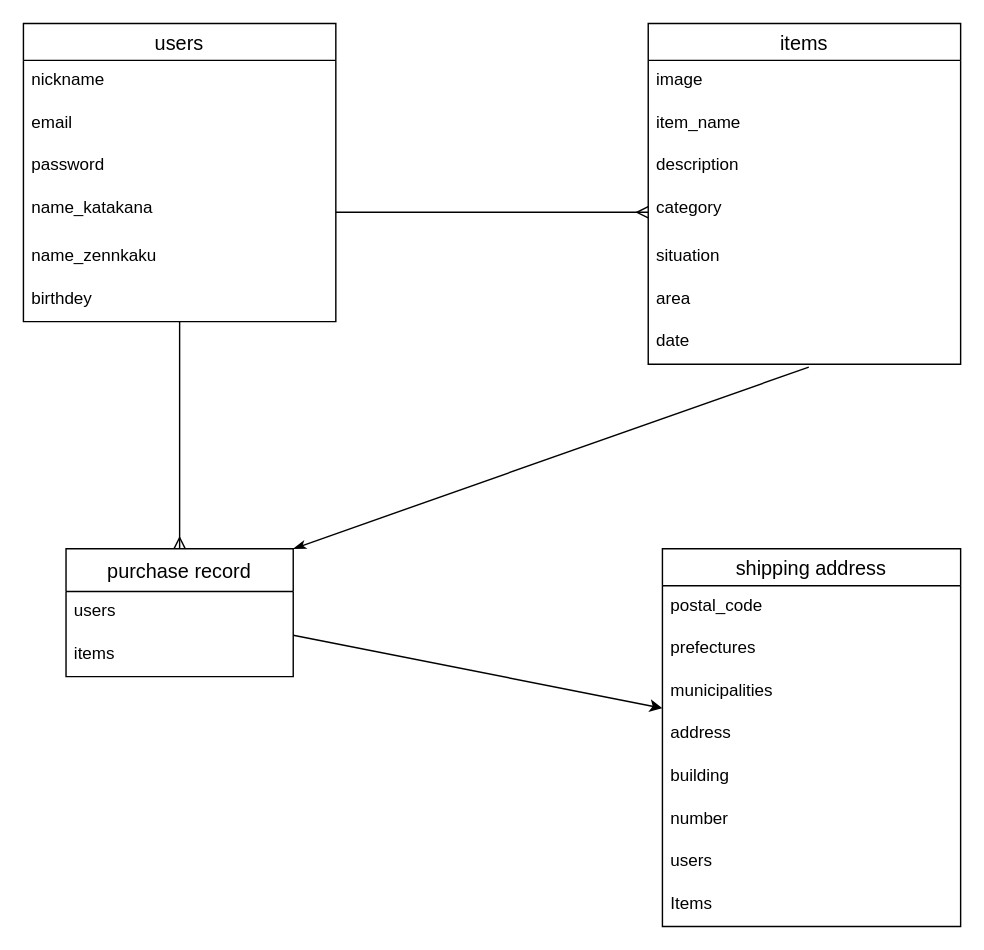
Earlier version of the draw.io diagram furima.dio (noche6/furima-37944). Source tidied: cells renumbered, new cells numbered last; positions are measured from the earlier drawing's top-left corner, leaving out a move shared by most shapes. Both pictures are drawn from the tidied source at 142%, with x=0, y=0 at pixel (23, 23).
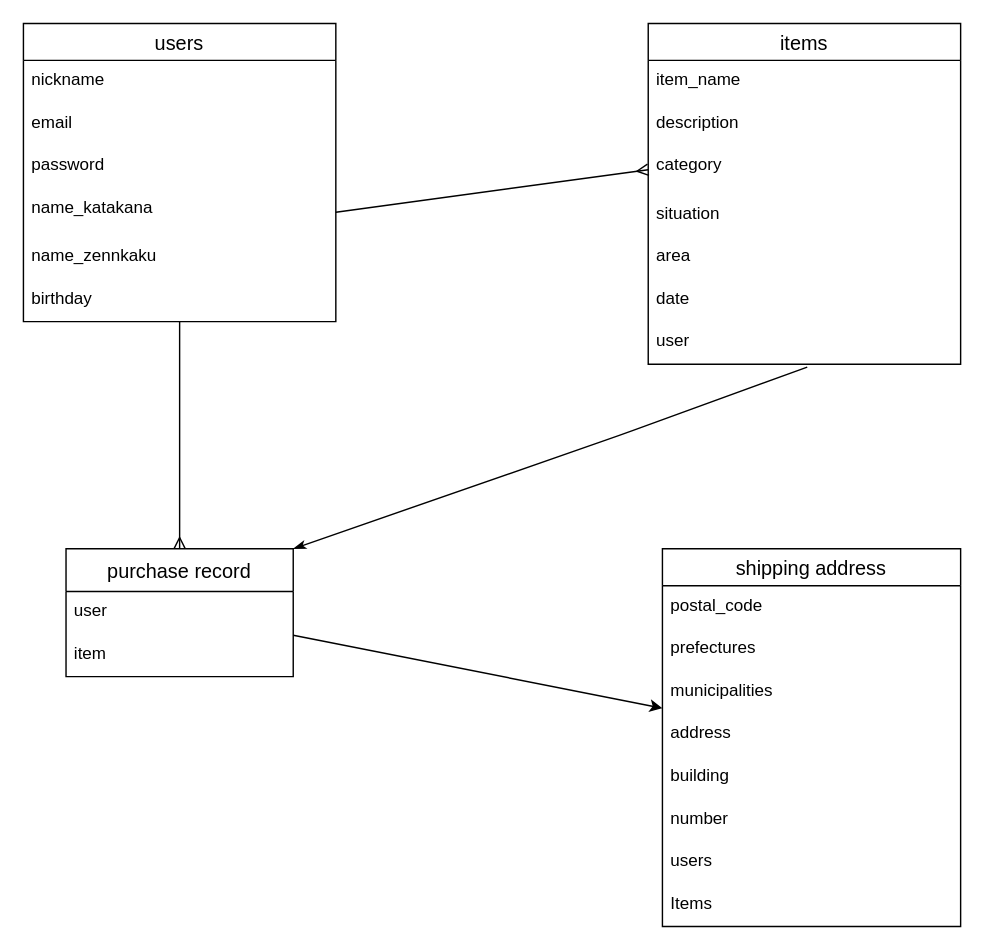
The same diagram, later.

Commit message (it also covers changes not shown here):
データベース設計

Unchanged cells that the change refers to:
```xml
<mxCell id="3" value="users" style="swimlane;fontStyle=0;horizontal=1;startSize=26;align=center;fontSize=14;" parent="1" vertex="1">
  <mxGeometry width="220" height="210" as="geometry" />
</mxCell>
<mxCell id="10" value="items" style="swimlane;fontStyle=0;horizontal=1;startSize=26;align=center;fontSize=14;" parent="1" vertex="1">
  <mxGeometry x="440" width="220" height="240" as="geometry" />
</mxCell>
<mxCell id="20" value="purchase record" style="swimlane;fontStyle=0;horizontal=1;startSize=30;align=center;fontSize=14;" parent="1" vertex="1">
  <mxGeometry x="30" y="370" width="160" height="90" as="geometry" />
</mxCell>
```

Diff of the diagram source:
```diff
@@
-    <mxCell id="9" value="birthdey" style="text;strokeColor=none;fillColor=none;spacingLeft=4;spacingRight=4;overflow=hidden;fontSize=12;" parent="3" vertex="1">
+    <mxCell id="9" value="birthday" style="text;strokeColor=none;fillColor=none;spacingLeft=4;spacingRight=4;overflow=hidden;fontSize=12;" parent="3" vertex="1">
       <mxGeometry y="180" width="220" height="30" as="geometry" />
     </mxCell>
@@
-    <mxCell id="11" value="image" style="text;strokeColor=none;fillColor=none;spacingLeft=4;spacingRight=4;overflow=hidden;fontSize=12;" parent="10" vertex="1">
-      <mxGeometry y="26" width="220" height="30" as="geometry" />
-    </mxCell>
     <mxCell id="12" value="item_name" style="text;strokeColor=none;fillColor=none;spacingLeft=4;spacingRight=4;overflow=hidden;fontSize=12;" parent="10" vertex="1">
-      <mxGeometry y="56" width="220" height="30" as="geometry" />
+      <mxGeometry y="26" width="220" height="30" as="geometry" />
     </mxCell>
     <mxCell id="13" value="description" style="text;strokeColor=none;fillColor=none;spacingLeft=4;spacingRight=4;overflow=hidden;fontSize=12;" parent="10" vertex="1">
-      <mxGeometry y="86" width="220" height="30" as="geometry" />
+      <mxGeometry y="56" width="220" height="30" as="geometry" />
     </mxCell>
     <mxCell id="14" value="category" style="text;strokeColor=none;fillColor=none;spacingLeft=4;spacingRight=4;overflow=hidden;points=[[0,0.5],[1,0.5]];portConstraint=eastwest;fontSize=12;" parent="10" vertex="1">
-      <mxGeometry y="116" width="220" height="34" as="geometry" />
+      <mxGeometry y="86" width="220" height="34" as="geometry" />
     </mxCell>
     <mxCell id="15" value="situation" style="text;strokeColor=none;fillColor=none;spacingLeft=4;spacingRight=4;overflow=hidden;fontSize=12;" parent="10" vertex="1">
-      <mxGeometry y="150" width="220" height="30" as="geometry" />
+      <mxGeometry y="120" width="220" height="30" as="geometry" />
     </mxCell>
     <mxCell id="16" value="area" style="text;strokeColor=none;fillColor=none;spacingLeft=4;spacingRight=4;overflow=hidden;fontSize=12;" parent="10" vertex="1">
-      <mxGeometry y="180" width="220" height="30" as="geometry" />
+      <mxGeometry y="150" width="220" height="30" as="geometry" />
     </mxCell>
     <mxCell id="17" value="date" style="text;strokeColor=none;fillColor=none;spacingLeft=4;spacingRight=4;overflow=hidden;points=[[0,0.5],[1,0.5]];portConstraint=eastwest;fontSize=12;" parent="10" vertex="1">
-      <mxGeometry y="210" width="220" height="30" as="geometry" />
+      <mxGeometry y="180" width="220" height="30" as="geometry" />
     </mxCell>
+    <mxCell id="33" value="user" style="text;strokeColor=none;fillColor=none;spacingLeft=4;spacingRight=4;overflow=hidden;points=[[0,0.5],[1,0.5]];portConstraint=eastwest;fontSize=12;" parent="10" vertex="1">
+      <mxGeometry y="210" width="220" height="30" as="geometry" />
+    </mxCell>
@@
-    <mxCell id="21" value="users" style="text;strokeColor=none;fillColor=none;spacingLeft=4;spacingRight=4;overflow=hidden;fontSize=12;" parent="20" vertex="1">
+    <mxCell id="21" value="user" style="text;strokeColor=none;fillColor=none;spacingLeft=4;spacingRight=4;overflow=hidden;fontSize=12;" parent="20" vertex="1">
       <mxGeometry y="30" width="160" height="30" as="geometry" />
     </mxCell>
-    <mxCell id="22" value="items" style="text;strokeColor=none;fillColor=none;spacingLeft=4;spacingRight=4;overflow=hidden;fontSize=12;" parent="20" vertex="1">
+    <mxCell id="22" value="item" style="text;strokeColor=none;fillColor=none;spacingLeft=4;spacingRight=4;overflow=hidden;fontSize=12;" parent="20" vertex="1">
       <mxGeometry y="60" width="160" height="30" as="geometry" />
     </mxCell>
-    <mxCell id="23" style="edgeStyle=none;html=1;entryX=1;entryY=0;entryDx=0;entryDy=0;endArrow=classicThin;endFill=1;exitX=0.514;exitY=1.067;exitDx=0;exitDy=0;exitPerimeter=0;" parent="1" edge="1" source="17" target="20">
-      <mxGeometry relative="1" as="geometry" />
+    <mxCell id="23" style="edgeStyle=none;html=1;entryX=1;entryY=0;entryDx=0;entryDy=0;endArrow=classicThin;endFill=1;exitX=0.509;exitY=1.067;exitDx=0;exitDy=0;exitPerimeter=0;" parent="1" edge="1" source="33" target="20">
+      <mxGeometry relative="1" as="geometry">
+        <Array as="points">
+          <mxPoint x="420" y="290" />
+        </Array>
+      </mxGeometry>
     </mxCell>
```
